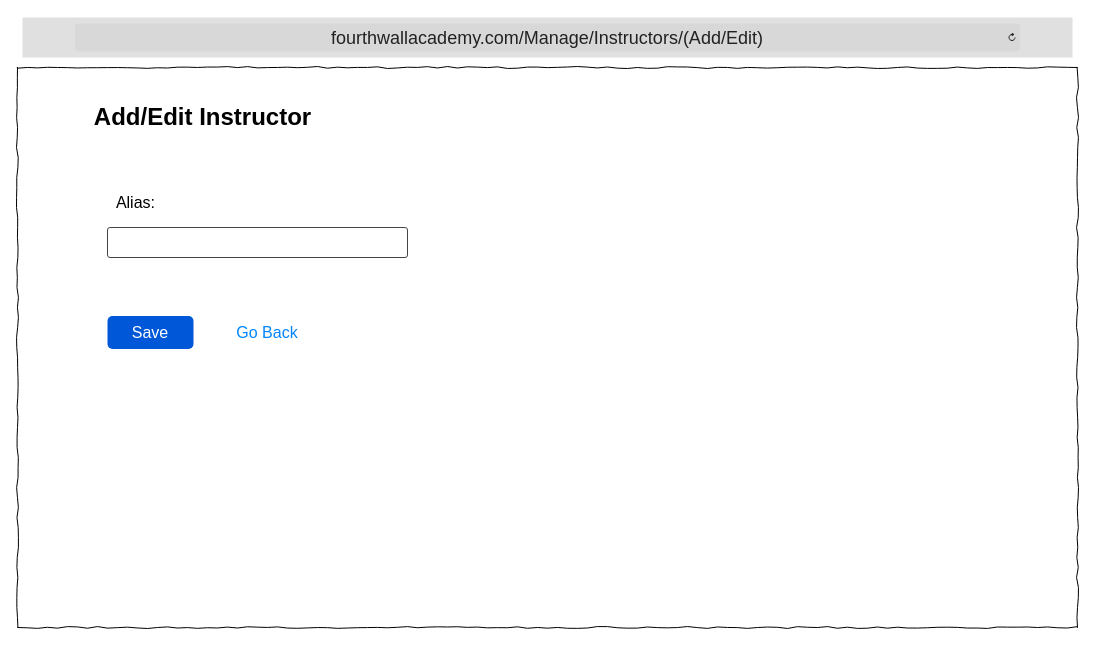
Above: DesignDocument/Wireframes/4hWallAcademy_Instructors_Add.drawio in TRed91/4thWallAcademy (draw.io), before the change. Source tidied: cells renumbered, new cells numbered last; positions are measured from the earlier drawing's top-left corner, leaving out a move shared by most shapes. Both pictures are drawn from the tidied source at 100%, with x=0, y=0 at pixel (17, 17).
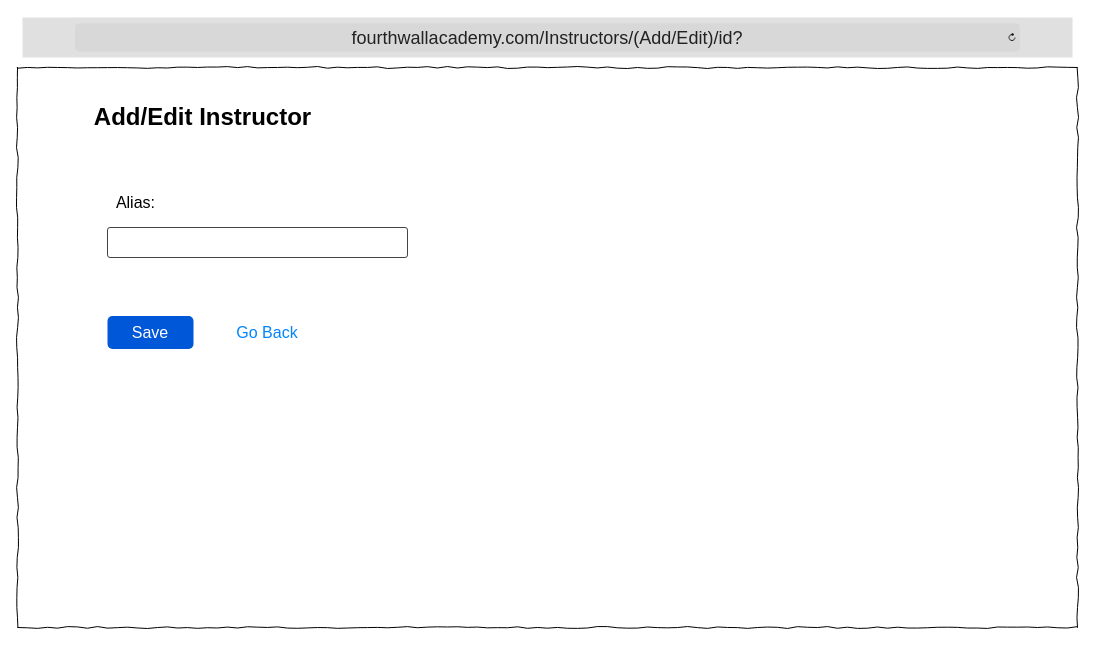
Above is the later version.

Diff of the diagram source:
```diff
@@
 <mxGraphModel>
   <root>
     <mxCell id="0" />
     <mxCell id="1" parent="0" />
     <mxCell id="2" style="whiteSpace=wrap;html=1;rounded=0;shadow=0;labelBackgroundColor=none;strokeColor=#000000;strokeWidth=1;fillColor=none;fontFamily=Verdana;fontSize=12;fontColor=#000000;align=center;comic=1;" parent="1" vertex="1">
       <mxGeometry y="50" width="1060" height="560" as="geometry" />
     </mxCell>
-    <mxCell id="3" value="&lt;font style=&quot;font-size: 18px;&quot;&gt;fourthwallacademy.com/Manage/Instructors/(Add/Edit)&lt;/font&gt;" style="html=1;strokeWidth=1;shadow=0;dashed=0;shape=mxgraph.ios7ui.url;fillColor=#e0e0e0;strokeColor=#c0c0c0;buttonText=;strokeColor2=#222222;fontColor=#222222;fontSize=8;spacingTop=2;align=center;whiteSpace=wrap;" parent="1" vertex="1">
+    <mxCell id="3" value="&lt;font style=&quot;font-size: 18px;&quot;&gt;fourthwallacademy.com/Instructors/(Add/Edit)/id?&lt;/font&gt;" style="html=1;strokeWidth=1;shadow=0;dashed=0;shape=mxgraph.ios7ui.url;fillColor=#e0e0e0;strokeColor=#c0c0c0;buttonText=;strokeColor2=#222222;fontColor=#222222;fontSize=8;spacingTop=2;align=center;whiteSpace=wrap;" parent="1" vertex="1">
       <mxGeometry x="5" width="1050" height="40" as="geometry" />
     </mxCell>
     <mxCell id="4" value="Add/Edit Instructor" style="text;strokeColor=none;fillColor=none;html=1;fontSize=24;fontStyle=1;verticalAlign=middle;align=center;" parent="1" vertex="1">
       <mxGeometry x="60" y="80" width="250" height="40" as="geometry" />
     </mxCell>
     <mxCell id="5" value="&lt;font style=&quot;font-size: 16px;&quot;&gt;Alias:&lt;/font&gt;" style="text;html=1;align=right;verticalAlign=middle;whiteSpace=wrap;rounded=0;" parent="1" vertex="1">
       <mxGeometry x="90" y="170" width="50" height="30" as="geometry" />
     </mxCell>
     <mxCell id="6" style="strokeWidth=1;html=1;shadow=0;dashed=0;shape=mxgraph.ios.iTextInput;strokeColor=#444444;buttonText=;fontSize=8;whiteSpace=wrap;align=left;" parent="1" vertex="1">
       <mxGeometry x="90" y="210" width="300" height="30" as="geometry" />
     </mxCell>
     <mxCell id="7" value="&lt;font style=&quot;font-size: 16px;&quot;&gt;Save&lt;/font&gt;" style="rounded=1;fillColor=#0057D8;strokeColor=none;html=1;whiteSpace=wrap;fontColor=#ffffff;align=center;verticalAlign=middle;fontStyle=0;fontSize=12;sketch=0;" parent="1" vertex="1">
       <mxGeometry x="90" y="298.5" width="86" height="33" as="geometry" />
     </mxCell>
     <mxCell id="8" value="Go Back" style="html=1;shadow=0;dashed=0;shape=mxgraph.bootstrap.rrect;rSize=5;strokeColor=none;strokeWidth=1;fillColor=none;fontColor=#0085FC;whiteSpace=wrap;align=center;verticalAlign=middle;spacingLeft=0;fontStyle=0;fontSize=16;spacing=5;" parent="1" vertex="1">
       <mxGeometry x="200" y="295" width="100" height="40" as="geometry" />
     </mxCell>
   </root>
 </mxGraphModel>
```
